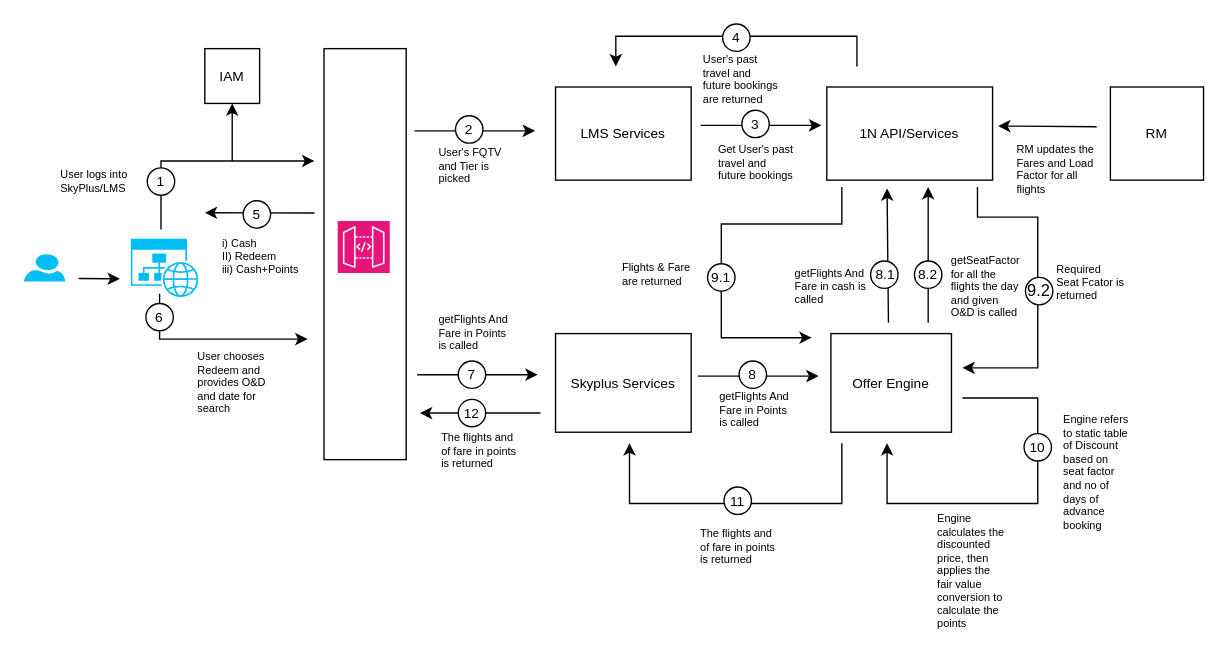
Earlier version of the draw.io diagram page "Page-1" (1 of 2) of LM Data Flow.drawio (nchauhan4/drawings). Source tidied: cells renumbered, new cells numbered last; positions are measured from the earlier drawing's top-left corner, leaving out a move shared by most shapes. Both pictures are drawn from the tidied source at 137%, with x=0, y=0 at pixel (23, 23).
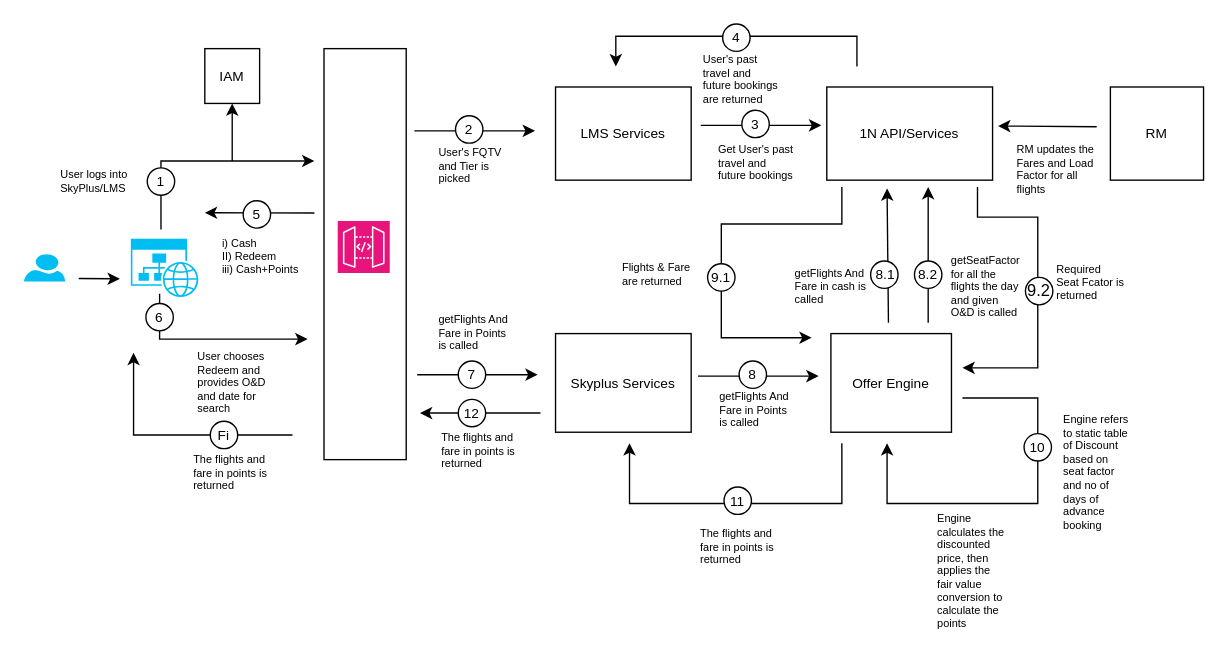
The same page after the edit.

The edit, as a diff of the source:
```diff
@@
-    <mxCell id="71" value="The flights and of fare in points is returned" style="text;html=1;strokeColor=none;fillColor=none;align=left;verticalAlign=top;whiteSpace=wrap;rounded=0;fontSize=8;" parent="1" vertex="1">
+    <mxCell id="71" value="The flights and fare in points is returned" style="text;html=1;strokeColor=none;fillColor=none;align=left;verticalAlign=top;whiteSpace=wrap;rounded=0;fontSize=8;" parent="1" vertex="1">
       <mxGeometry x="491.8" y="361" width="58.5" height="33" as="geometry" />
     </mxCell>
@@
-    <mxCell id="75" value="The flights and of fare in points is returned" style="text;html=1;strokeColor=none;fillColor=none;align=left;verticalAlign=top;whiteSpace=wrap;rounded=0;fontSize=8;" parent="1" vertex="1">
+    <mxCell id="75" value="The flights and fare in points is returned" style="text;html=1;strokeColor=none;fillColor=none;align=left;verticalAlign=top;whiteSpace=wrap;rounded=0;fontSize=8;" parent="1" vertex="1">
       <mxGeometry x="302.8" y="291" width="58.5" height="33" as="geometry" />
     </mxCell>
+    <mxCell id="76" style="endArrow=classic;html=1;rounded=0;" parent="1" edge="1">
+      <mxGeometry relative="1" as="geometry">
+        <mxPoint x="196" y="300" as="sourcePoint" />
+        <mxPoint x="80" y="240" as="targetPoint" />
+        <Array as="points">
+          <mxPoint x="163" y="300" />
+          <mxPoint x="80" y="300" />
+        </Array>
+      </mxGeometry>
+    </mxCell>
+    <mxCell id="77" style="ellipse;whiteSpace=wrap;html=1;" parent="1" vertex="1">
+      <mxGeometry x="136" y="290" width="20" height="20" as="geometry" />
+    </mxCell>
+    <mxCell id="78" value="&lt;font style=&quot;font-size: 10px;&quot;&gt;Fi&lt;/font&gt;" style="text;html=1;strokeColor=none;fillColor=none;align=center;verticalAlign=middle;whiteSpace=wrap;rounded=0;" parent="1" vertex="1">
+      <mxGeometry x="131" y="290" width="30" height="20" as="geometry" />
+    </mxCell>
+    <mxCell id="79" value="The flights and fare in points is returned" style="text;html=1;strokeColor=none;fillColor=none;align=left;verticalAlign=top;whiteSpace=wrap;rounded=0;fontSize=8;" parent="1" vertex="1">
+      <mxGeometry x="121.8" y="307" width="58.5" height="33" as="geometry" />
+    </mxCell>
```
